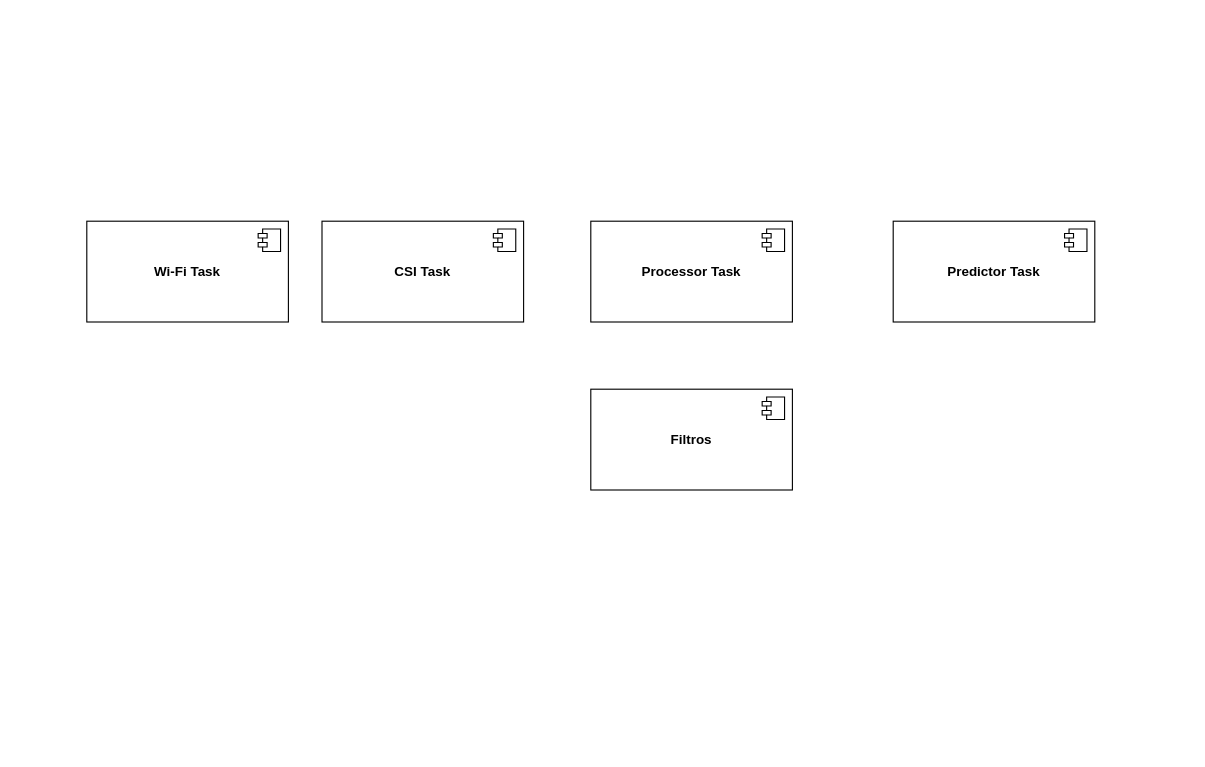
Earlier version of the draw.io diagram ESP32_Program/ESP_HAR/docs/images/component.drawio (AlbanyArmenta0711/CSI_HAR_with_ESP32). Source tidied: cells renumbered, new cells numbered last; positions are measured from the earlier drawing's top-left corner, leaving out a move shared by most shapes. Both pictures are drawn from the tidied source at 112%, with x=0, y=0 at pixel (86, 221).
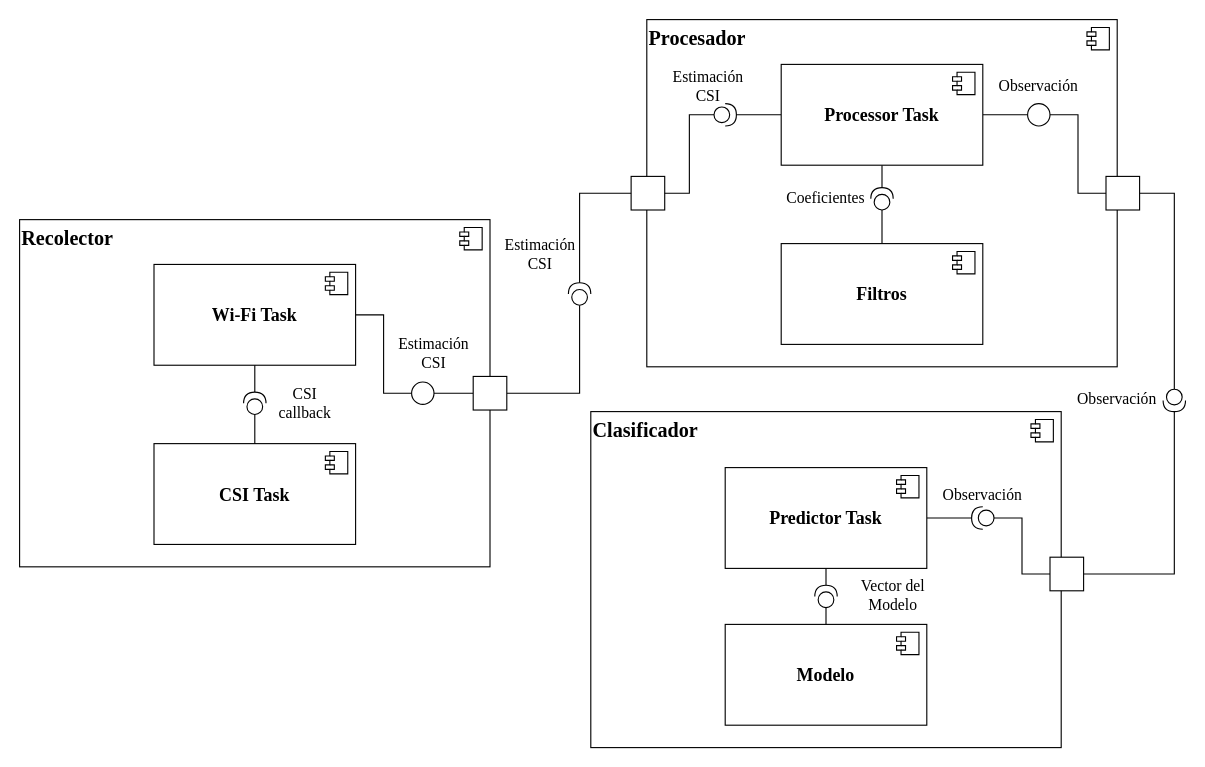
The same diagram, later.

What changed in the source:
```diff
@@
+    <mxCell id="12" value="&lt;b style=&quot;font-size: 18px;&quot;&gt;Clasificador&lt;/b&gt;" style="html=1;whiteSpace=wrap;align=left;verticalAlign=top;fontFamily=Times New Roman;fontSize=18;" parent="1" vertex="1">
+      <mxGeometry x="450" y="170" width="420" height="300" as="geometry" />
+    </mxCell>
+    <mxCell id="13" style="shape=module;jettyWidth=8;jettyHeight=4;" parent="12" vertex="1">
+      <mxGeometry x="1" width="20" height="20" relative="1" as="geometry">
+        <mxPoint x="-27" y="7" as="offset" />
+      </mxGeometry>
+    </mxCell>
+    <mxCell id="14" value="&lt;b style=&quot;font-size: 18px;&quot;&gt;Procesador&lt;/b&gt;" style="html=1;whiteSpace=wrap;align=left;verticalAlign=top;fontFamily=Times New Roman;fontSize=18;" parent="1" vertex="1">
+      <mxGeometry x="500" y="-180" width="420" height="310" as="geometry" />
+    </mxCell>
+    <mxCell id="15" style="shape=module;jettyWidth=8;jettyHeight=4;" parent="14" vertex="1">
+      <mxGeometry x="1" width="20" height="20" relative="1" as="geometry">
+        <mxPoint x="-27" y="7" as="offset" />
+      </mxGeometry>
+    </mxCell>
+    <mxCell id="16" value="&lt;b style=&quot;font-size: 18px;&quot;&gt;Recolector&lt;/b&gt;" style="html=1;whiteSpace=wrap;align=left;verticalAlign=top;fontSize=18;fontFamily=Times New Roman;" parent="1" vertex="1">
+      <mxGeometry x="-60" y="-1.4" width="420" height="310" as="geometry" />
+    </mxCell>
+    <mxCell id="17" style="shape=module;jettyWidth=8;jettyHeight=4;" parent="16" vertex="1">
+      <mxGeometry x="1" width="20" height="20" relative="1" as="geometry">
+        <mxPoint x="-27" y="7" as="offset" />
+      </mxGeometry>
+    </mxCell>
+    <mxCell id="18" style="edgeStyle=orthogonalEdgeStyle;rounded=0;jettySize=auto;html=1;exitX=1;exitY=0.5;exitDx=0;exitDy=0;entryX=0;entryY=0.5;entryDx=0;entryDy=0;fontFamily=Times New Roman;fontSize=16;endArrow=none;endFill=0;" parent="1" edge="1" source="2" target="53">
+      <mxGeometry relative="1" as="geometry" />
+    </mxCell>
-    <mxCell id="2" value="&lt;b&gt;Wi-Fi Task&lt;/b&gt;" style="html=1;whiteSpace=wrap;" parent="1" vertex="1">
-      <mxGeometry width="180" height="90" as="geometry" />
+    <mxCell id="2" value="&lt;b style=&quot;font-size: 16px;&quot;&gt;Wi-Fi Task&lt;/b&gt;" style="html=1;whiteSpace=wrap;fontSize=16;fontFamily=Times New Roman;" parent="1" vertex="1">
+      <mxGeometry x="60" y="38.6" width="180" height="90" as="geometry" />
     </mxCell>
@@
-    <mxCell id="4" value="&lt;b&gt;CSI Task&lt;/b&gt;" style="html=1;whiteSpace=wrap;" parent="1" vertex="1">
-      <mxGeometry x="210" width="180" height="90" as="geometry" />
+    <mxCell id="4" value="&lt;b style=&quot;font-size: 16px;&quot;&gt;CSI Task&lt;/b&gt;" style="html=1;whiteSpace=wrap;fontSize=16;fontFamily=Times New Roman;" parent="1" vertex="1">
+      <mxGeometry x="60" y="198.6" width="180" height="90" as="geometry" />
     </mxCell>
@@
+    <mxCell id="19" style="edgeStyle=orthogonalEdgeStyle;rounded=0;jettySize=auto;html=1;exitX=1;exitY=0.5;exitDx=0;exitDy=0;entryX=1;entryY=0.5;entryDx=0;entryDy=0;entryPerimeter=0;fontFamily=Times New Roman;fontSize=16;endArrow=none;endFill=0;" parent="1" edge="1" source="6" target="33">
+      <mxGeometry relative="1" as="geometry" />
+    </mxCell>
-    <mxCell id="6" value="&lt;b&gt;Predictor Task&lt;/b&gt;" style="html=1;whiteSpace=wrap;" parent="1" vertex="1">
-      <mxGeometry x="720" width="180" height="90" as="geometry" />
+    <mxCell id="6" value="&lt;b style=&quot;font-size: 16px;&quot;&gt;Predictor Task&lt;/b&gt;" style="html=1;whiteSpace=wrap;fontFamily=Times New Roman;fontSize=16;" parent="1" vertex="1">
+      <mxGeometry x="570" y="220" width="180" height="90" as="geometry" />
     </mxCell>
@@
+    <mxCell id="20" style="edgeStyle=orthogonalEdgeStyle;rounded=0;jettySize=auto;html=1;exitX=0.5;exitY=1;exitDx=0;exitDy=0;entryX=1;entryY=0.5;entryDx=0;entryDy=0;entryPerimeter=0;endArrow=none;endFill=0;" parent="1" edge="1" source="8" target="29">
+      <mxGeometry relative="1" as="geometry" />
+    </mxCell>
+    <mxCell id="21" style="edgeStyle=orthogonalEdgeStyle;rounded=0;jettySize=auto;html=1;exitX=1;exitY=0.5;exitDx=0;exitDy=0;entryX=0;entryY=0.5;entryDx=0;entryDy=0;fontFamily=Times New Roman;fontSize=16;endArrow=none;endFill=0;" parent="1" edge="1" source="8" target="37">
+      <mxGeometry relative="1" as="geometry" />
+    </mxCell>
+    <mxCell id="22" style="edgeStyle=orthogonalEdgeStyle;rounded=0;jettySize=auto;html=1;exitX=0;exitY=0.5;exitDx=0;exitDy=0;entryX=1;entryY=0.5;entryDx=0;entryDy=0;entryPerimeter=0;fontFamily=Times New Roman;fontSize=16;endArrow=none;endFill=0;" parent="1" edge="1" source="8" target="58">
+      <mxGeometry relative="1" as="geometry" />
+    </mxCell>
-    <mxCell id="8" value="&lt;b&gt;Processor Task&lt;/b&gt;" style="html=1;whiteSpace=wrap;" parent="1" vertex="1">
-      <mxGeometry x="450" width="180" height="90" as="geometry" />
+    <mxCell id="8" value="&lt;b style=&quot;font-size: 16px;&quot;&gt;Processor Task&lt;/b&gt;" style="html=1;whiteSpace=wrap;fontFamily=Times New Roman;fontSize=16;" parent="1" vertex="1">
+      <mxGeometry x="620" y="-140" width="180" height="90" as="geometry" />
     </mxCell>
@@
+    <mxCell id="23" style="edgeStyle=orthogonalEdgeStyle;rounded=0;jettySize=auto;html=1;entryX=0;entryY=0.5;entryDx=0;entryDy=0;entryPerimeter=0;endArrow=none;endFill=0;" parent="1" edge="1" source="10" target="29">
+      <mxGeometry relative="1" as="geometry" />
+    </mxCell>
-    <mxCell id="10" value="&lt;b&gt;Filtros&lt;/b&gt;" style="html=1;whiteSpace=wrap;" parent="1" vertex="1">
-      <mxGeometry x="450" y="150" width="180" height="90" as="geometry" />
+    <mxCell id="10" value="&lt;b style=&quot;font-size: 16px;&quot;&gt;Filtros&lt;/b&gt;" style="html=1;whiteSpace=wrap;fontFamily=Times New Roman;fontSize=16;" parent="1" vertex="1">
+      <mxGeometry x="620" y="20" width="180" height="90" as="geometry" />
     </mxCell>
@@
+    <mxCell id="24" value="&lt;b style=&quot;font-size: 16px;&quot;&gt;Modelo&lt;/b&gt;" style="html=1;whiteSpace=wrap;fontFamily=Times New Roman;fontSize=16;" parent="1" vertex="1">
+      <mxGeometry x="570" y="360" width="180" height="90" as="geometry" />
+    </mxCell>
+    <mxCell id="25" style="shape=module;jettyWidth=8;jettyHeight=4;" parent="24" vertex="1">
+      <mxGeometry x="1" width="20" height="20" relative="1" as="geometry">
+        <mxPoint x="-27" y="7" as="offset" />
+      </mxGeometry>
+    </mxCell>
+    <mxCell id="26" style="edgeStyle=orthogonalEdgeStyle;rounded=0;jettySize=auto;html=1;exitX=1;exitY=0.5;exitDx=0;exitDy=0;entryX=1;entryY=0.5;entryDx=0;entryDy=0;entryPerimeter=0;fontFamily=Times New Roman;fontSize=16;endArrow=none;endFill=0;" parent="1" edge="1" source="27" target="35">
+      <mxGeometry relative="1" as="geometry" />
+    </mxCell>
+    <mxCell id="27" style="html=1;rounded=0;align=left;verticalAlign=top;" parent="1" vertex="1">
+      <mxGeometry x="860" y="300" width="30" height="30" as="geometry" />
+    </mxCell>
+    <mxCell id="28" style="html=1;rounded=0;align=left;verticalAlign=top;" parent="1" vertex="1">
+      <mxGeometry x="910" y="-40" width="30" height="30" as="geometry" />
+    </mxCell>
+    <mxCell id="29" style="shape=providedRequiredInterface;html=1;verticalLabelPosition=bottom;align=left;verticalAlign=top;rotation=-90;" parent="1" vertex="1">
+      <mxGeometry x="700" y="-30" width="20" height="20" as="geometry" />
+    </mxCell>
+    <mxCell id="30" value="Coeficientes" style="text;html=1;strokeColor=none;fillColor=none;align=center;verticalAlign=middle;whiteSpace=wrap;rounded=0;fontFamily=Times New Roman;fontSize=14;" parent="1" vertex="1">
+      <mxGeometry x="640" y="-30" width="40" height="20" as="geometry" />
+    </mxCell>
+    <mxCell id="31" style="rounded=0;orthogonalLoop=1;jettySize=auto;html=1;endArrow=none;endFill=0;fontFamily=Times New Roman;fontSize=16;" parent="1" edge="1">
+      <mxGeometry relative="1" as="geometry">
+        <mxPoint x="800" y="265" as="sourcePoint" />
+        <mxPoint x="800" y="265" as="targetPoint" />
+      </mxGeometry>
+    </mxCell>
+    <mxCell id="32" style="edgeStyle=orthogonalEdgeStyle;rounded=0;jettySize=auto;html=1;exitX=0;exitY=0.5;exitDx=0;exitDy=0;exitPerimeter=0;entryX=0;entryY=0.5;entryDx=0;entryDy=0;fontFamily=Times New Roman;fontSize=16;endArrow=none;endFill=0;" parent="1" edge="1" source="33" target="27">
+      <mxGeometry relative="1" as="geometry" />
+    </mxCell>
+    <mxCell id="33" style="shape=providedRequiredInterface;html=1;verticalLabelPosition=bottom;fontFamily=Times New Roman;fontSize=16;align=left;verticalAlign=top;rotation=-180;" parent="1" vertex="1">
+      <mxGeometry x="790" y="255" width="20" height="20" as="geometry" />
+    </mxCell>
+    <mxCell id="34" style="edgeStyle=orthogonalEdgeStyle;rounded=0;jettySize=auto;html=1;exitX=0;exitY=0.5;exitDx=0;exitDy=0;exitPerimeter=0;entryX=1;entryY=0.5;entryDx=0;entryDy=0;fontFamily=Times New Roman;fontSize=16;endArrow=none;endFill=0;" parent="1" edge="1" source="35" target="28">
+      <mxGeometry relative="1" as="geometry" />
+    </mxCell>
+    <mxCell id="35" style="shape=providedRequiredInterface;html=1;verticalLabelPosition=bottom;fontFamily=Times New Roman;fontSize=16;align=left;verticalAlign=top;rotation=90;" parent="1" vertex="1">
+      <mxGeometry x="961" y="150" width="20" height="20" as="geometry" />
+    </mxCell>
+    <mxCell id="36" style="edgeStyle=orthogonalEdgeStyle;rounded=0;jettySize=auto;html=1;entryX=0;entryY=0.5;entryDx=0;entryDy=0;fontFamily=Times New Roman;fontSize=16;endArrow=none;endFill=0;" parent="1" edge="1" source="37" target="28">
+      <mxGeometry relative="1" as="geometry" />
+    </mxCell>
+    <mxCell id="37" style="ellipse;whiteSpace=wrap;html=1;fontFamily=Times New Roman;fontSize=16;align=left;verticalAlign=top;" parent="1" vertex="1">
+      <mxGeometry x="840" y="-105" width="20" height="20" as="geometry" />
+    </mxCell>
+    <mxCell id="38" value="Observación" style="text;html=1;strokeColor=none;fillColor=none;align=center;verticalAlign=middle;whiteSpace=wrap;rounded=0;fontFamily=Times New Roman;fontSize=14;" parent="1" vertex="1">
+      <mxGeometry x="900" y="150" width="40" height="20" as="geometry" />
+    </mxCell>
+    <mxCell id="39" value="Observación" style="text;html=1;strokeColor=none;fillColor=none;align=center;verticalAlign=middle;whiteSpace=wrap;rounded=0;fontFamily=Times New Roman;fontSize=14;" parent="1" vertex="1">
+      <mxGeometry x="780" y="235" width="40" height="20" as="geometry" />
+    </mxCell>
+    <mxCell id="40" style="shape=providedRequiredInterface;html=1;verticalLabelPosition=bottom;fontFamily=Times New Roman;fontSize=18;align=left;verticalAlign=top;rotation=-90;" parent="1" vertex="1">
+      <mxGeometry x="650" y="325" width="20" height="20" as="geometry" />
+    </mxCell>
+    <mxCell id="41" style="endArrow=none;html=1;fontFamily=Times New Roman;fontSize=18;entryX=0.5;entryY=1;entryDx=0;entryDy=0;exitX=1;exitY=0.5;exitDx=0;exitDy=0;exitPerimeter=0;" parent="1" edge="1" source="40" target="6">
+      <mxGeometry relative="1" as="geometry" />
+    </mxCell>
+    <mxCell id="42" style="endArrow=none;html=1;fontFamily=Times New Roman;fontSize=18;entryX=0;entryY=0.5;entryDx=0;entryDy=0;entryPerimeter=0;exitX=0.5;exitY=0;exitDx=0;exitDy=0;" parent="1" edge="1" source="24" target="40">
+      <mxGeometry relative="1" as="geometry" />
+    </mxCell>
+    <mxCell id="43" value="Vector del Modelo" style="text;html=1;strokeColor=none;fillColor=none;align=center;verticalAlign=middle;whiteSpace=wrap;rounded=0;fontFamily=Times New Roman;fontSize=14;" parent="1" vertex="1">
+      <mxGeometry x="680" y="325" width="80" height="20" as="geometry" />
+    </mxCell>
+    <mxCell id="44" value="Observación" style="text;html=1;strokeColor=none;fillColor=none;align=center;verticalAlign=middle;whiteSpace=wrap;rounded=0;fontFamily=Times New Roman;fontSize=14;" parent="1" vertex="1">
+      <mxGeometry x="830" y="-130" width="40" height="20" as="geometry" />
+    </mxCell>
+    <mxCell id="45" style="edgeStyle=orthogonalEdgeStyle;rounded=0;orthogonalLoop=1;jettySize=auto;html=1;exitX=0.5;exitY=1;exitDx=0;exitDy=0;fontFamily=Times New Roman;fontSize=18;endArrow=none;endFill=0;" parent="1" edge="1" source="16" target="16">
+      <mxGeometry relative="1" as="geometry" />
+    </mxCell>
+    <mxCell id="46" style="shape=providedRequiredInterface;html=1;verticalLabelPosition=bottom;fontFamily=Times New Roman;fontSize=16;align=left;verticalAlign=top;rotation=-90;" parent="1" vertex="1">
+      <mxGeometry x="140" y="152.6" width="20" height="20" as="geometry" />
+    </mxCell>
+    <mxCell id="47" style="endArrow=none;html=1;fontFamily=Times New Roman;fontSize=16;entryX=0;entryY=0.5;entryDx=0;entryDy=0;entryPerimeter=0;exitX=0.5;exitY=0;exitDx=0;exitDy=0;" parent="1" edge="1" source="4" target="46">
+      <mxGeometry relative="1" as="geometry" />
+    </mxCell>
+    <mxCell id="48" style="endArrow=none;html=1;fontFamily=Times New Roman;fontSize=16;exitX=0.5;exitY=1;exitDx=0;exitDy=0;entryX=1;entryY=0.5;entryDx=0;entryDy=0;entryPerimeter=0;" parent="1" edge="1" source="2" target="46">
+      <mxGeometry relative="1" as="geometry" />
+    </mxCell>
+    <mxCell id="49" value="CSI callback" style="text;html=1;strokeColor=none;fillColor=none;align=center;verticalAlign=middle;whiteSpace=wrap;rounded=0;fontFamily=Times New Roman;fontSize=14;" parent="1" vertex="1">
+      <mxGeometry x="160" y="152.6" width="70" height="20" as="geometry" />
+    </mxCell>
+    <mxCell id="50" style="edgeStyle=orthogonalEdgeStyle;rounded=0;jettySize=auto;html=1;exitX=0;exitY=0.5;exitDx=0;exitDy=0;entryX=1;entryY=0.5;entryDx=0;entryDy=0;fontFamily=Times New Roman;fontSize=16;endArrow=none;endFill=0;" parent="1" edge="1" source="52" target="53">
+      <mxGeometry relative="1" as="geometry" />
+    </mxCell>
+    <mxCell id="51" style="edgeStyle=orthogonalEdgeStyle;rounded=0;jettySize=auto;html=1;exitX=1;exitY=0.5;exitDx=0;exitDy=0;entryX=0;entryY=0.5;entryDx=0;entryDy=0;entryPerimeter=0;fontFamily=Times New Roman;fontSize=16;endArrow=none;endFill=0;" parent="1" edge="1" source="52" target="56">
+      <mxGeometry relative="1" as="geometry" />
+    </mxCell>
+    <mxCell id="52" style="html=1;rounded=0;align=left;verticalAlign=top;" parent="1" vertex="1">
+      <mxGeometry x="345" y="138.6" width="30" height="30" as="geometry" />
+    </mxCell>
+    <mxCell id="53" style="ellipse;whiteSpace=wrap;html=1;fontFamily=Times New Roman;fontSize=16;align=left;verticalAlign=top;" parent="1" vertex="1">
+      <mxGeometry x="290" y="143.6" width="20" height="20" as="geometry" />
+    </mxCell>
+    <mxCell id="54" style="html=1;rounded=0;align=left;verticalAlign=top;" parent="1" vertex="1">
+      <mxGeometry x="486" y="-40" width="30" height="30" as="geometry" />
+    </mxCell>
+    <mxCell id="55" style="edgeStyle=orthogonalEdgeStyle;rounded=0;jettySize=auto;html=1;exitX=1;exitY=0.5;exitDx=0;exitDy=0;exitPerimeter=0;entryX=0;entryY=0.5;entryDx=0;entryDy=0;fontFamily=Times New Roman;fontSize=16;endArrow=none;endFill=0;" parent="1" edge="1" source="56" target="54">
+      <mxGeometry relative="1" as="geometry" />
+    </mxCell>
+    <mxCell id="56" style="shape=providedRequiredInterface;html=1;verticalLabelPosition=bottom;fontFamily=Times New Roman;fontSize=16;align=left;verticalAlign=top;rotation=-90;" parent="1" vertex="1">
+      <mxGeometry x="430" y="55" width="20" height="20" as="geometry" />
+    </mxCell>
+    <mxCell id="57" style="edgeStyle=orthogonalEdgeStyle;rounded=0;jettySize=auto;html=1;exitX=0;exitY=0.5;exitDx=0;exitDy=0;exitPerimeter=0;entryX=1;entryY=0.5;entryDx=0;entryDy=0;fontFamily=Times New Roman;fontSize=16;endArrow=none;endFill=0;" parent="1" edge="1" source="58" target="54">
+      <mxGeometry relative="1" as="geometry" />
+    </mxCell>
+    <mxCell id="58" style="shape=providedRequiredInterface;html=1;verticalLabelPosition=bottom;fontFamily=Times New Roman;fontSize=16;align=left;verticalAlign=top;rotation=0;" parent="1" vertex="1">
+      <mxGeometry x="560" y="-105" width="20" height="20" as="geometry" />
+    </mxCell>
+    <mxCell id="59" value="Estimación CSI" style="text;html=1;strokeColor=none;fillColor=none;align=center;verticalAlign=middle;whiteSpace=wrap;rounded=0;fontFamily=Times New Roman;fontSize=14;" parent="1" vertex="1">
+      <mxGeometry x="275" y="108.6" width="70" height="20" as="geometry" />
+    </mxCell>
+    <mxCell id="60" value="Estimación CSI" style="text;html=1;strokeColor=none;fillColor=none;align=center;verticalAlign=middle;whiteSpace=wrap;rounded=0;fontFamily=Times New Roman;fontSize=14;" parent="1" vertex="1">
+      <mxGeometry x="370" y="20" width="70" height="20" as="geometry" />
+    </mxCell>
+    <mxCell id="61" value="Estimación CSI" style="text;html=1;strokeColor=none;fillColor=none;align=center;verticalAlign=middle;whiteSpace=wrap;rounded=0;fontFamily=Times New Roman;fontSize=14;" parent="1" vertex="1">
+      <mxGeometry x="520" y="-130" width="70" height="20" as="geometry" />
+    </mxCell>
```
